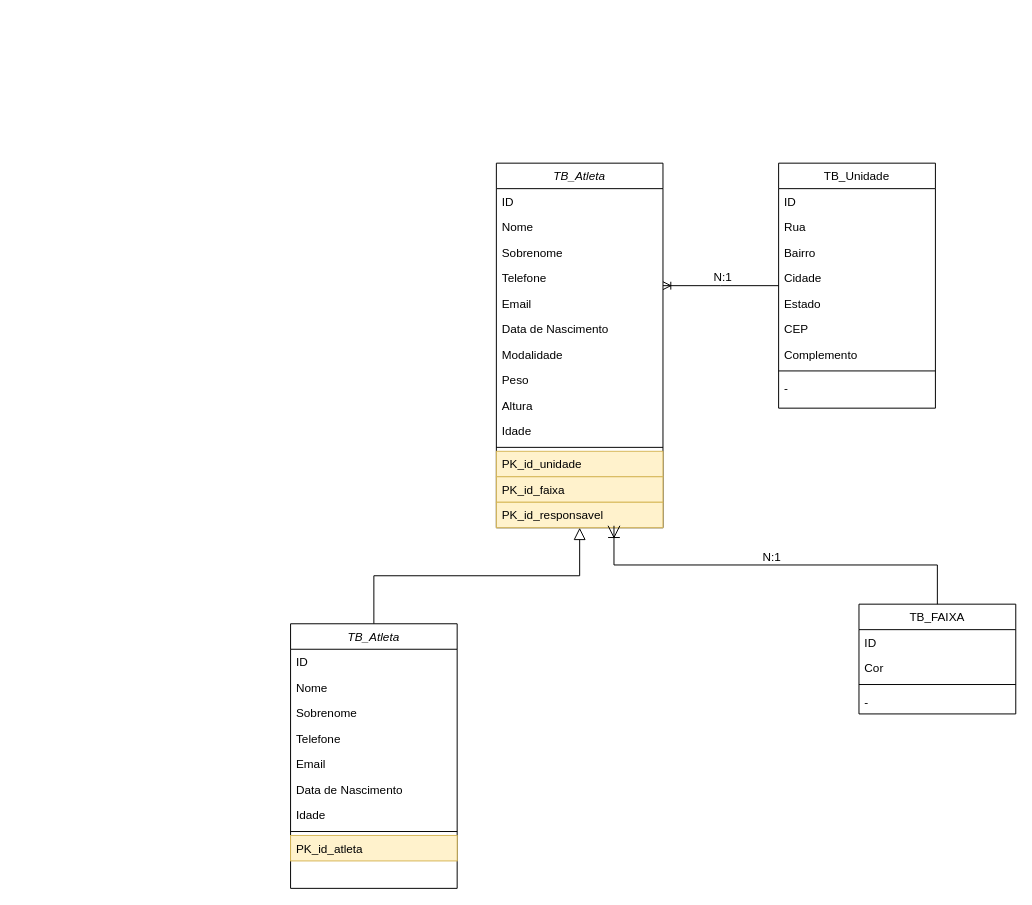
Earlier version of the draw.io diagram Diagrama sem nome.drawio (HttpsWinicius/backend-brabojiujitsu). Source tidied: cells renumbered, new cells numbered last; positions are measured from the earlier drawing's top-left corner, leaving out a move shared by most shapes. Both pictures are drawn from the tidied source at 98%, with x=0, y=0 at pixel (290, 163).
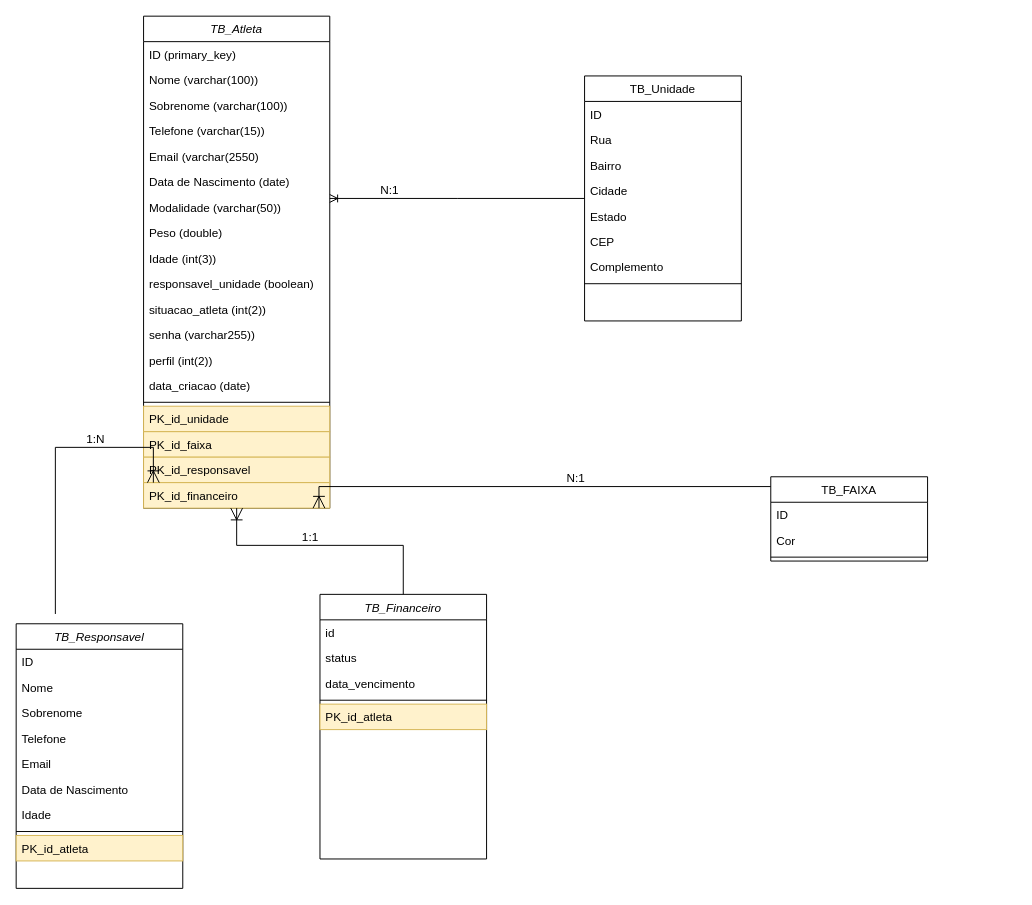
The same page after the edit.

What changed in the source:
```diff
@@
     <mxCell id="2" value="TB_Atleta" style="swimlane;fontStyle=2;align=center;verticalAlign=top;horizontal=1;startSize=26;rounded=0;shadow=0;strokeWidth=1;" parent="1" vertex="1">
-      <mxGeometry x="210" width="170" height="372" as="geometry" />
+      <mxGeometry x="-150" y="-150" width="190" height="502" as="geometry" />
     </mxCell>
-    <mxCell id="3" value="ID" style="text;align=left;verticalAlign=top;spacingLeft=4;spacingRight=4;overflow=hidden;" parent="2" vertex="1">
-      <mxGeometry y="26" width="170" height="26" as="geometry" />
+    <mxCell id="3" value="ID (primary_key)" style="text;align=left;verticalAlign=top;spacingLeft=4;spacingRight=4;overflow=hidden;" parent="2" vertex="1">
+      <mxGeometry y="26" width="190" height="26" as="geometry" />
     </mxCell>
-    <mxCell id="4" value="Nome" style="text;align=left;verticalAlign=top;spacingLeft=4;spacingRight=4;overflow=hidden;rounded=0;shadow=0;html=0;" parent="2" vertex="1">
-      <mxGeometry y="52" width="170" height="26" as="geometry" />
+    <mxCell id="4" value="Nome (varchar(100))" style="text;align=left;verticalAlign=top;spacingLeft=4;spacingRight=4;overflow=hidden;rounded=0;shadow=0;html=0;" parent="2" vertex="1">
+      <mxGeometry y="52" width="190" height="26" as="geometry" />
     </mxCell>
-    <mxCell id="5" value="Sobrenome" style="text;align=left;verticalAlign=top;spacingLeft=4;spacingRight=4;overflow=hidden;rounded=0;shadow=0;html=0;" parent="2" vertex="1">
-      <mxGeometry y="78" width="170" height="26" as="geometry" />
+    <mxCell id="5" value="Sobrenome (varchar(100))" style="text;align=left;verticalAlign=top;spacingLeft=4;spacingRight=4;overflow=hidden;rounded=0;shadow=0;html=0;" parent="2" vertex="1">
+      <mxGeometry y="78" width="190" height="26" as="geometry" />
     </mxCell>
-    <mxCell id="6" value="Telefone" style="text;align=left;verticalAlign=top;spacingLeft=4;spacingRight=4;overflow=hidden;" parent="2" vertex="1">
-      <mxGeometry y="104" width="170" height="26" as="geometry" />
+    <mxCell id="6" value="Telefone (varchar(15))" style="text;align=left;verticalAlign=top;spacingLeft=4;spacingRight=4;overflow=hidden;" parent="2" vertex="1">
+      <mxGeometry y="104" width="190" height="26" as="geometry" />
     </mxCell>
-    <mxCell id="7" value="Email" style="text;align=left;verticalAlign=top;spacingLeft=4;spacingRight=4;overflow=hidden;" parent="2" vertex="1">
-      <mxGeometry y="130" width="170" height="26" as="geometry" />
+    <mxCell id="7" value="Email (varchar(2550)" style="text;align=left;verticalAlign=top;spacingLeft=4;spacingRight=4;overflow=hidden;" parent="2" vertex="1">
+      <mxGeometry y="130" width="190" height="26" as="geometry" />
     </mxCell>
-    <mxCell id="8" value="Data de Nascimento" style="text;align=left;verticalAlign=top;spacingLeft=4;spacingRight=4;overflow=hidden;" parent="2" vertex="1">
-      <mxGeometry y="156" width="170" height="26" as="geometry" />
+    <mxCell id="8" value="Data de Nascimento (date)" style="text;align=left;verticalAlign=top;spacingLeft=4;spacingRight=4;overflow=hidden;" parent="2" vertex="1">
+      <mxGeometry y="156" width="190" height="26" as="geometry" />
     </mxCell>
-    <mxCell id="9" value="Modalidade" style="text;align=left;verticalAlign=top;spacingLeft=4;spacingRight=4;overflow=hidden;" parent="2" vertex="1">
-      <mxGeometry y="182" width="170" height="26" as="geometry" />
+    <mxCell id="9" value="Modalidade (varchar(50))" style="text;align=left;verticalAlign=top;spacingLeft=4;spacingRight=4;overflow=hidden;" parent="2" vertex="1">
+      <mxGeometry y="182" width="190" height="26" as="geometry" />
     </mxCell>
-    <mxCell id="10" value="Peso" style="text;align=left;verticalAlign=top;spacingLeft=4;spacingRight=4;overflow=hidden;" parent="2" vertex="1">
-      <mxGeometry y="208" width="170" height="26" as="geometry" />
+    <mxCell id="10" value="Peso (double)" style="text;align=left;verticalAlign=top;spacingLeft=4;spacingRight=4;overflow=hidden;" parent="2" vertex="1">
+      <mxGeometry y="208" width="190" height="26" as="geometry" />
     </mxCell>
-    <mxCell id="11" value="Altura" style="text;align=left;verticalAlign=top;spacingLeft=4;spacingRight=4;overflow=hidden;" parent="2" vertex="1">
-      <mxGeometry y="234" width="170" height="26" as="geometry" />
-    </mxCell>
-    <mxCell id="12" value="Idade" style="text;align=left;verticalAlign=top;spacingLeft=4;spacingRight=4;overflow=hidden;" parent="2" vertex="1">
-      <mxGeometry y="260" width="170" height="26" as="geometry" />
+    <mxCell id="12" value="Idade (int(3))" style="text;align=left;verticalAlign=top;spacingLeft=4;spacingRight=4;overflow=hidden;" parent="2" vertex="1">
+      <mxGeometry y="234" width="190" height="26" as="geometry" />
     </mxCell>
+    <mxCell id="47" value="responsavel_unidade (boolean)" style="text;align=left;verticalAlign=top;spacingLeft=4;spacingRight=4;overflow=hidden;" parent="2" vertex="1">
+      <mxGeometry y="260" width="190" height="26" as="geometry" />
+    </mxCell>
+    <mxCell id="48" value="situacao_atleta (int(2))" style="text;align=left;verticalAlign=top;spacingLeft=4;spacingRight=4;overflow=hidden;" parent="2" vertex="1">
+      <mxGeometry y="286" width="190" height="26" as="geometry" />
+    </mxCell>
+    <mxCell id="49" value="senha (varchar255))" style="text;align=left;verticalAlign=top;spacingLeft=4;spacingRight=4;overflow=hidden;" parent="2" vertex="1">
+      <mxGeometry y="312" width="190" height="26" as="geometry" />
+    </mxCell>
+    <mxCell id="50" value="perfil (int(2))" style="text;align=left;verticalAlign=top;spacingLeft=4;spacingRight=4;overflow=hidden;" parent="2" vertex="1">
+      <mxGeometry y="338" width="190" height="26" as="geometry" />
+    </mxCell>
+    <mxCell id="51" value="data_criacao (date)" style="text;align=left;verticalAlign=top;spacingLeft=4;spacingRight=4;overflow=hidden;" parent="2" vertex="1">
+      <mxGeometry y="364" width="190" height="26" as="geometry" />
+    </mxCell>
     <mxCell id="13" style="line;html=1;strokeWidth=1;align=left;verticalAlign=middle;spacingTop=-1;spacingLeft=3;spacingRight=3;labelPosition=right;" parent="2" vertex="1">
-      <mxGeometry y="286" width="170" height="8" as="geometry" />
+      <mxGeometry y="390" width="190" height="8" as="geometry" />
     </mxCell>
     <mxCell id="14" value="PK_id_unidade" style="text;align=left;verticalAlign=top;spacingLeft=4;spacingRight=4;overflow=hidden;rounded=0;shadow=0;html=0;fillColor=#fff2cc;strokeColor=#d6b656;" parent="2" vertex="1">
-      <mxGeometry y="294" width="170" height="26" as="geometry" />
+      <mxGeometry y="398" width="190" height="26" as="geometry" />
     </mxCell>
     <mxCell id="15" value="PK_id_faixa" style="text;align=left;verticalAlign=top;spacingLeft=4;spacingRight=4;overflow=hidden;rounded=0;shadow=0;html=0;fillColor=#fff2cc;strokeColor=#d6b656;" parent="2" vertex="1">
-      <mxGeometry y="320" width="170" height="26" as="geometry" />
+      <mxGeometry y="424" width="190" height="26" as="geometry" />
     </mxCell>
     <mxCell id="16" value="PK_id_responsavel" style="text;align=left;verticalAlign=top;spacingLeft=4;spacingRight=4;overflow=hidden;rounded=0;shadow=0;html=0;fillColor=#fff2cc;strokeColor=#d6b656;" parent="2" vertex="1">
-      <mxGeometry y="346" width="170" height="26" as="geometry" />
+      <mxGeometry y="450" width="190" height="26" as="geometry" />
     </mxCell>
+    <mxCell id="52" value="PK_id_financeiro" style="text;align=left;verticalAlign=top;spacingLeft=4;spacingRight=4;overflow=hidden;points=[[0,0.5],[1,0.5]];portConstraint=west;rounded=0;shadow=0;html=0;fillColor=#fff2cc;strokeColor=#d6b656;" parent="2" vertex="1">
+      <mxGeometry y="476" width="190" height="26" as="geometry" />
+    </mxCell>
-    <mxCell id="17" style="endArrow=block;endSize=10;endFill=0;shadow=0;strokeWidth=1;rounded=0;edgeStyle=elbowEdgeStyle;elbow=vertical;exitX=0.5;exitY=0;exitDx=0;exitDy=0;" parent="1" edge="1" source="37" target="2">
-      <mxGeometry relative="1" as="geometry" />
+    <mxCell id="17" style="endArrow=ERoneToMany;endSize=10;endFill=0;shadow=0;strokeWidth=1;rounded=0;edgeStyle=elbowEdgeStyle;elbow=vertical;" parent="1" edge="1" target="52">
+      <mxGeometry relative="1" as="geometry">
+        <mxPoint x="-240" y="460" as="sourcePoint" />
+        <Array as="points">
+          <mxPoint x="-140" y="290" />
+          <mxPoint x="-140" y="300" />
+          <mxPoint x="-200" y="300" />
+          <mxPoint x="-70" y="280" />
+        </Array>
+      </mxGeometry>
     </mxCell>
     <mxCell id="18" value="TB_FAIXA" style="swimlane;fontStyle=0;align=center;verticalAlign=top;horizontal=1;startSize=26;rounded=0;shadow=0;strokeWidth=1;" parent="1" vertex="1">
-      <mxGeometry x="580" y="450" width="160" height="112" as="geometry" />
+      <mxGeometry x="490" y="320" width="160" height="86" as="geometry" />
     </mxCell>
@@
-    <mxCell id="22" value="-" style="text;align=left;verticalAlign=top;spacingLeft=4;spacingRight=4;overflow=hidden;" parent="18" vertex="1">
-      <mxGeometry y="86" width="160" height="26" as="geometry" />
-    </mxCell>
-    <mxCell id="23" style="endArrow=ERoneToMany;endSize=10;endFill=0;shadow=0;strokeWidth=1;rounded=0;edgeStyle=elbowEdgeStyle;elbow=vertical;startArrow=none;startFill=0;" parent="1" edge="1" source="18">
+    <mxCell id="23" style="endArrow=ERoneToMany;endSize=10;endFill=0;shadow=0;strokeWidth=1;rounded=0;edgeStyle=elbowEdgeStyle;elbow=vertical;startArrow=none;startFill=0;entryX=0.942;entryY=1;entryDx=0;entryDy=0;entryPerimeter=0;" parent="1" edge="1" source="18" target="52">
       <mxGeometry relative="1" as="geometry">
-        <mxPoint x="330" y="370" as="targetPoint" />
+        <Array as="points">
+          <mxPoint x="80" y="330" />
+          <mxPoint x="370" y="290" />
+          <mxPoint x="-10" y="290" />
+          <mxPoint x="90" y="290" />
+        </Array>
       </mxGeometry>
     </mxCell>
     <mxCell id="24" value="TB_Unidade" style="swimlane;fontStyle=0;align=center;verticalAlign=top;horizontal=1;startSize=26;rounded=0;shadow=0;strokeWidth=1;" parent="1" vertex="1">
-      <mxGeometry x="498" width="160" height="250" as="geometry" />
+      <mxGeometry x="300" y="-89" width="160" height="250" as="geometry" />
     </mxCell>
-    <mxCell id="25" value="ID" style="text;align=left;verticalAlign=top;spacingLeft=4;spacingRight=4;overflow=hidden;" parent="24" vertex="1">
+    <mxCell id="25" value="ID " style="text;align=left;verticalAlign=top;spacingLeft=4;spacingRight=4;overflow=hidden;" parent="24" vertex="1">
       <mxGeometry y="26" width="160" height="26" as="geometry" />
     </mxCell>
@@
-    <mxCell id="33" value="-" style="text;align=left;verticalAlign=top;spacingLeft=4;spacingRight=4;overflow=hidden;rounded=0;shadow=0;html=0;" parent="24" vertex="1">
-      <mxGeometry y="216" width="160" height="26" as="geometry" />
-    </mxCell>
@@
     <mxCell id="36" value="N:1" style="align=left;verticalAlign=bottom;labelBackgroundColor=none;fontSize=12;" parent="1" vertex="1">
-      <mxGeometry x="480" y="410" as="geometry" />
+      <mxGeometry x="280" y="330" as="geometry" />
     </mxCell>
-    <mxCell id="37" value="TB_Atleta" style="swimlane;fontStyle=2;align=center;verticalAlign=top;horizontal=1;startSize=26;rounded=0;shadow=0;strokeWidth=1;" parent="1" vertex="1">
-      <mxGeometry y="470" width="170" height="270" as="geometry" />
+    <mxCell id="37" value="TB_Responsavel" style="swimlane;fontStyle=2;align=center;verticalAlign=top;horizontal=1;startSize=26;rounded=0;shadow=0;strokeWidth=1;" parent="1" vertex="1">
+      <mxGeometry x="-280" y="470" width="170" height="270" as="geometry" />
     </mxCell>
@@
+    <mxCell id="53" value="1:N" style="align=left;verticalAlign=bottom;labelBackgroundColor=none;fontSize=12;" parent="1" vertex="1">
+      <mxGeometry x="-210" y="290" as="geometry" />
+    </mxCell>
+    <mxCell id="54" value="TB_Financeiro" style="swimlane;fontStyle=2;align=center;verticalAlign=top;horizontal=1;startSize=26;rounded=0;shadow=0;strokeWidth=1;" parent="1" vertex="1">
+      <mxGeometry x="30" y="440" width="170" height="270" as="geometry" />
+    </mxCell>
+    <mxCell id="55" value="id" style="text;align=left;verticalAlign=top;spacingLeft=4;spacingRight=4;overflow=hidden;rounded=0;shadow=0;html=0;" parent="54" vertex="1">
+      <mxGeometry y="26" width="170" height="26" as="geometry" />
+    </mxCell>
+    <mxCell id="56" value="status" style="text;align=left;verticalAlign=top;spacingLeft=4;spacingRight=4;overflow=hidden;" parent="54" vertex="1">
+      <mxGeometry y="52" width="170" height="26" as="geometry" />
+    </mxCell>
+    <mxCell id="57" value="data_vencimento" style="text;align=left;verticalAlign=top;spacingLeft=4;spacingRight=4;overflow=hidden;rounded=0;shadow=0;html=0;" parent="54" vertex="1">
+      <mxGeometry y="78" width="170" height="26" as="geometry" />
+    </mxCell>
+    <mxCell id="58" style="line;html=1;strokeWidth=1;align=left;verticalAlign=middle;spacingTop=-1;spacingLeft=3;spacingRight=3;labelPosition=right;" parent="54" vertex="1">
+      <mxGeometry y="104" width="170" height="8" as="geometry" />
+    </mxCell>
+    <mxCell id="59" value="PK_id_atleta" style="text;align=left;verticalAlign=top;spacingLeft=4;spacingRight=4;overflow=hidden;rounded=0;shadow=0;html=0;fillColor=#fff2cc;strokeColor=#d6b656;" parent="54" vertex="1">
+      <mxGeometry y="112" width="170" height="26" as="geometry" />
+    </mxCell>
+    <mxCell id="60" style="endArrow=ERoneToMany;endSize=10;endFill=0;shadow=0;strokeWidth=1;rounded=0;edgeStyle=elbowEdgeStyle;elbow=vertical;startArrow=none;startFill=0;exitX=0.5;exitY=0;exitDx=0;exitDy=0;entryX=0.5;entryY=1;entryDx=0;entryDy=0;" parent="1" edge="1" source="54" target="2">
+      <mxGeometry relative="1" as="geometry">
+        <Array as="points">
+          <mxPoint x="30" y="390" />
+          <mxPoint x="10" y="370" />
+          <mxPoint x="60" y="288" />
+        </Array>
+      </mxGeometry>
+    </mxCell>
+    <mxCell id="61" value="1:1" style="align=left;verticalAlign=bottom;labelBackgroundColor=none;fontSize=12;" parent="1" vertex="1">
+      <mxGeometry x="10" y="390" as="geometry" />
+    </mxCell>
```
